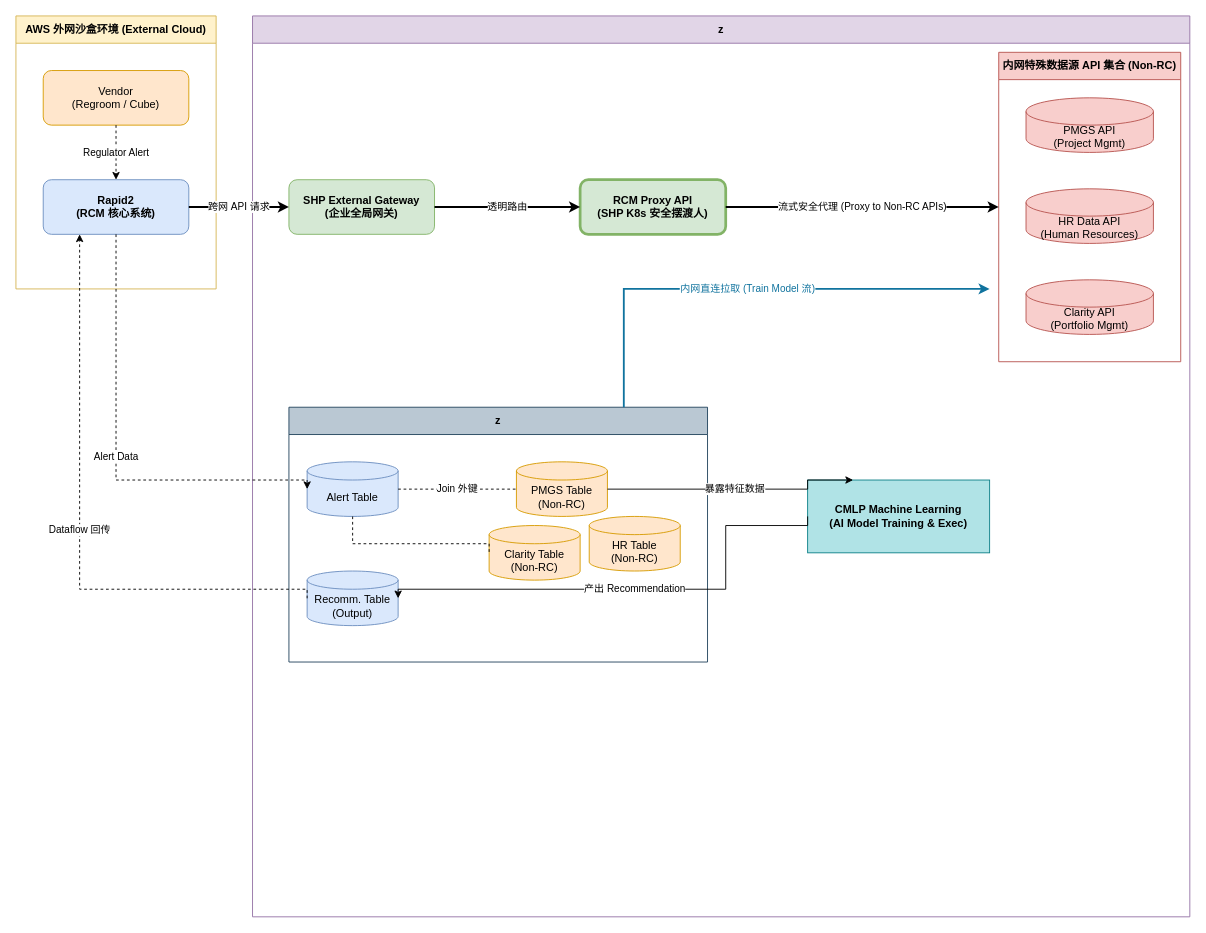
Above: drawio/rcm_architecture.drawio in nvd11/f_store (draw.io), before the change. Source tidied: cells renumbered, new cells numbered last; positions are measured from the earlier drawing's top-left corner, leaving out a move shared by most shapes. Both pictures are drawn from the tidied source at 91%, with x=0, y=0 at pixel (15, 15).
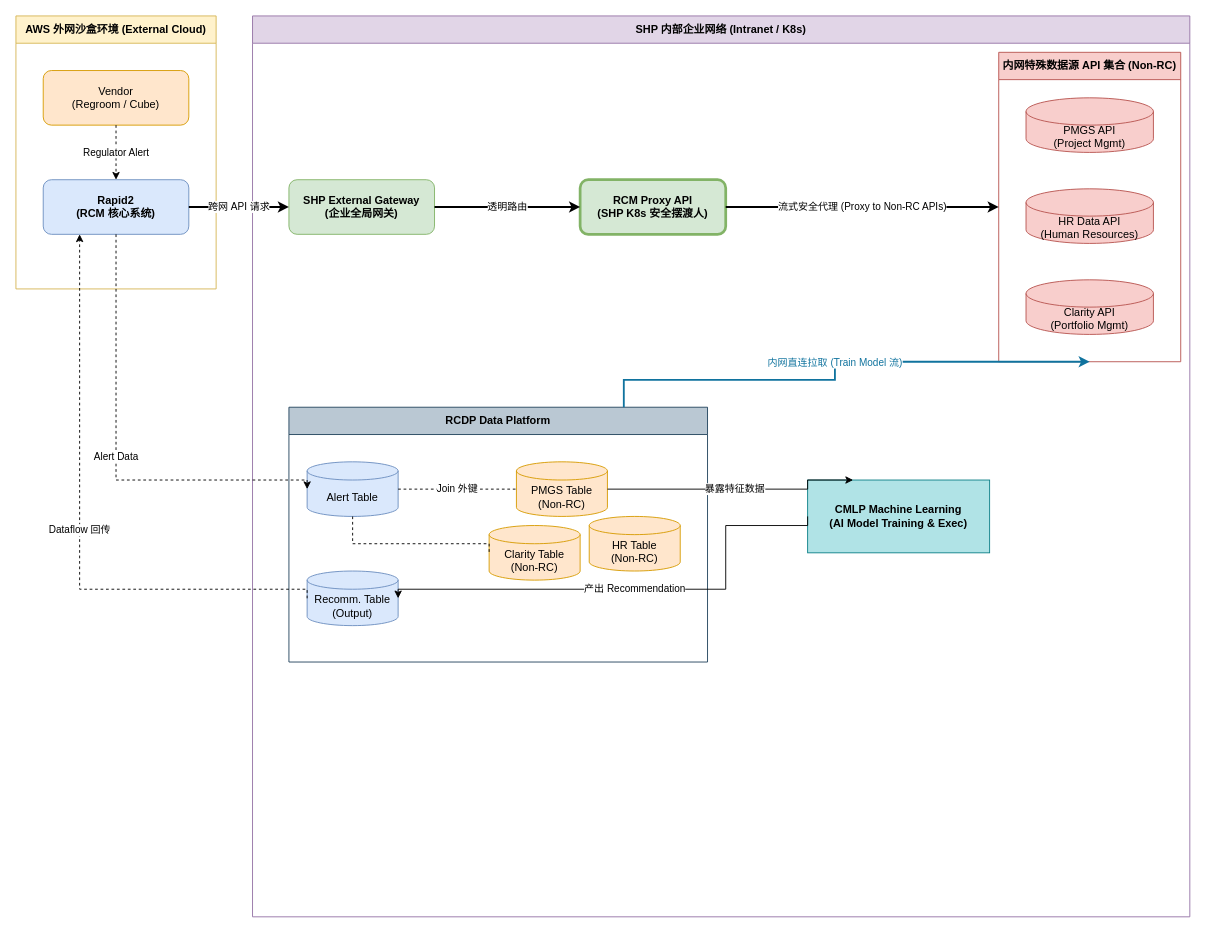
The same diagram, later.

Commit message:
fix(architecture): restore container titles and re-attach e11 edge

Unchanged cells that the change refers to:
```xml
<mxCell id="4" value="内网特殊数据源 API 集合 (Non-RC)" style="swimlane;whiteSpace=wrap;html=1;fillColor=#f8cecc;strokeColor=#b85450;startSize=30;fontStyle=1;" parent="3" vertex="1">
  <mxGeometry x="820" y="40" width="200" height="340" as="geometry" />
</mxCell>
```

The edit, as a diff of the source:
```diff
@@
-    <mxCell id="3" value="z" style="swimlane;whiteSpace=wrap;html=1;fillColor=#e1d5e7;strokeColor=#9673a6;startSize=30;fontStyle=1;" parent="1" vertex="1">
+    <mxCell id="3" value="SHP 内部企业网络 (Intranet / K8s)" style="swimlane;whiteSpace=wrap;html=1;fillColor=#e1d5e7;strokeColor=#9673a6;startSize=30;fontStyle=1;" parent="1" vertex="1">
       <mxGeometry x="260" width="1030" height="990" as="geometry" />
     </mxCell>
@@
-    <mxCell id="14" value="z" style="swimlane;whiteSpace=wrap;html=1;fillColor=#bac8d3;strokeColor=#23445d;startSize=30;fontStyle=1;" parent="1" vertex="1">
+    <mxCell id="14" value="RCDP Data Platform" style="swimlane;whiteSpace=wrap;html=1;fillColor=#bac8d3;strokeColor=#23445d;startSize=30;fontStyle=1;" parent="1" vertex="1">
       <mxGeometry x="300" y="430" width="460" height="280" as="geometry" />
     </mxCell>
@@
-    <mxCell id="25" value="内网直连拉取 (Train Model 流)" style="edgeStyle=orthogonalEdgeStyle;rounded=0;jettySize=auto;html=1;strokeWidth=2;strokeColor=#10739e;fontColor=#10739e;exitX=0.8;exitY=0;exitDx=0;exitDy=0;" parent="1" edge="1" source="14">
+    <mxCell id="25" value="内网直连拉取 (Train Model 流)" style="edgeStyle=orthogonalEdgeStyle;rounded=0;jettySize=auto;html=1;strokeWidth=2;strokeColor=#10739e;fontColor=#10739e;exitX=0.8;exitY=0;exitDx=0;exitDy=0;entryX=0.5;entryY=1;entryDx=0;entryDy=0;" parent="1" edge="1" source="14" target="4">
       <mxGeometry relative="1" as="geometry">
-        <mxPoint x="1070" y="300" as="targetPoint" />
         <Array as="points">
-          <mxPoint x="668" y="300" />
+          <mxPoint x="668" y="400" />
+          <mxPoint x="900" y="400" />
         </Array>
       </mxGeometry>
     </mxCell>
```
